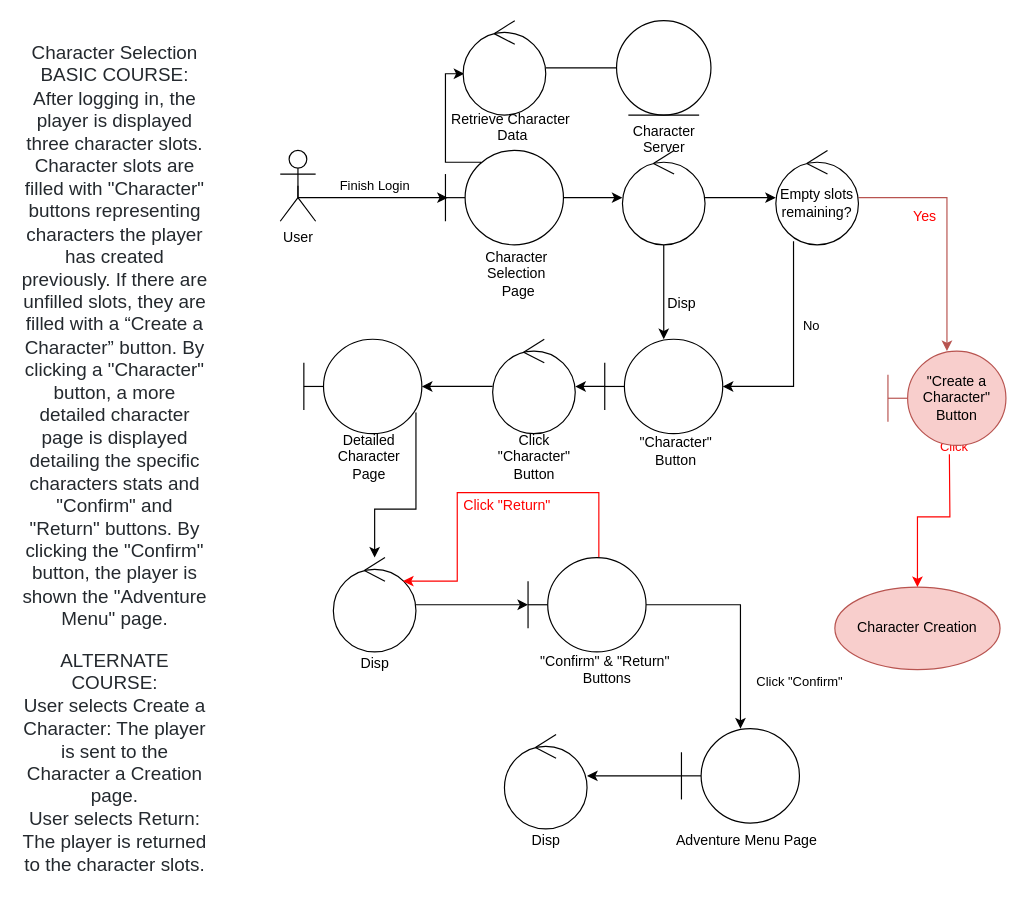
aDurk47/JJAK keeps this draw.io diagram as Deliverable 2/CharacterSelectionRobustness.drawio. Above is the earlier version. Source tidied: cells renumbered, new cells numbered last; positions are measured from the earlier drawing's top-left corner, leaving out a move shared by most shapes. Both pictures are drawn from the tidied source at 118%, with x=0, y=0 at pixel (20, 20).
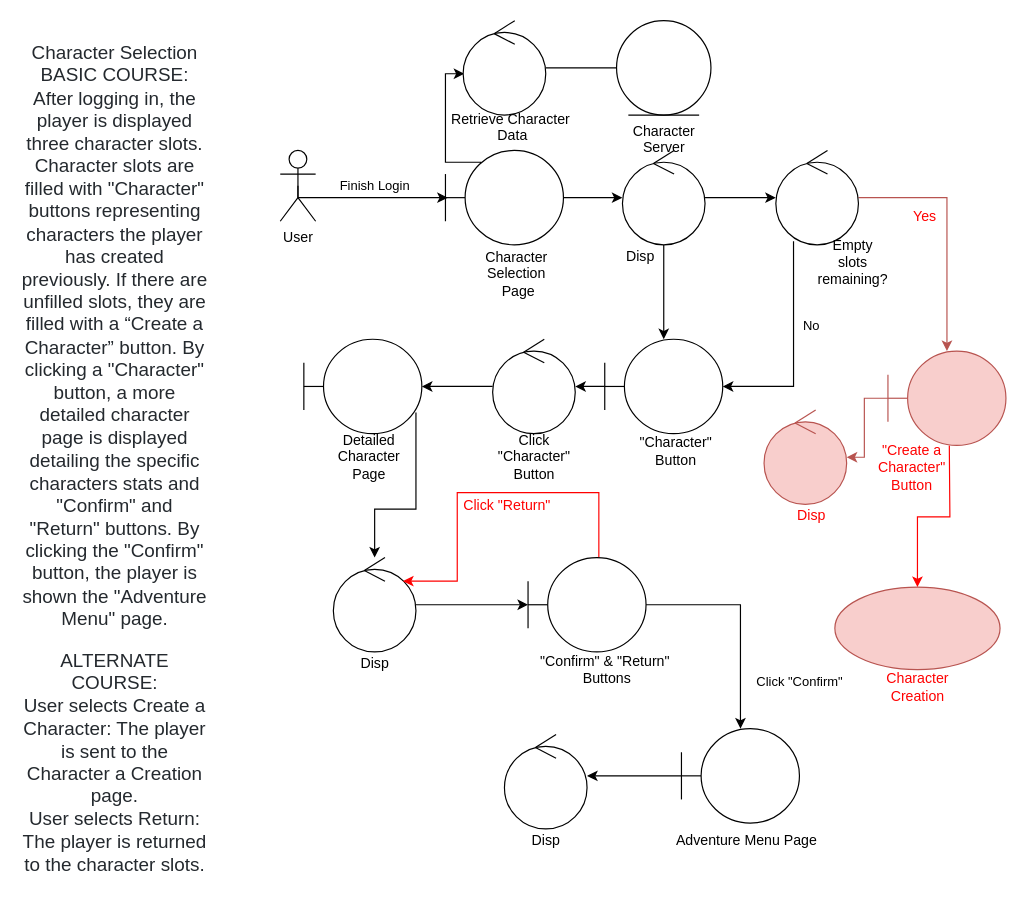
After the change.

What changed in the source:
```diff
@@
-    <mxCell id="13" value="Empty slots&lt;br&gt;remaining?" style="ellipse;shape=umlControl;whiteSpace=wrap;html=1;" parent="1" vertex="1">
+    <mxCell id="13" style="ellipse;shape=umlControl;whiteSpace=wrap;html=1;" parent="1" vertex="1">
       <mxGeometry x="640" y="110" width="70" height="80" as="geometry" />
     </mxCell>
@@
-    <mxCell id="15" value="Character Creation" style="ellipse;whiteSpace=wrap;html=1;fillColor=#f8cecc;strokeColor=#b85450;" parent="1" vertex="1">
+    <mxCell id="15" style="ellipse;whiteSpace=wrap;html=1;fillColor=#f8cecc;strokeColor=#b85450;" parent="1" vertex="1">
       <mxGeometry x="690" y="480" width="140" height="70" as="geometry" />
     </mxCell>
@@
     <mxCell id="19" value="&lt;span style=&quot;white-space: normal&quot;&gt;Disp&lt;/span&gt;" style="text;html=1;align=center;verticalAlign=middle;" parent="1" vertex="1">
-      <mxGeometry x="540" y="230" width="40" height="20" as="geometry" />
+      <mxGeometry x="505" y="190" width="40" height="20" as="geometry" />
     </mxCell>
@@
-    <mxCell id="22" value="Click" style="edgeStyle=orthogonalEdgeStyle;rounded=0;jettySize=auto;html=1;entryX=0.5;entryY=0;entryDx=0;entryDy=0;endArrow=classic;endFill=1;strokeColor=#FF0000;fontColor=#FF0000;" parent="1" edge="1" target="15">
-      <mxGeometry x="0.18" y="-30" relative="1" as="geometry">
+    <mxCell id="22" style="edgeStyle=orthogonalEdgeStyle;rounded=0;jettySize=auto;html=1;entryX=0.5;entryY=0;entryDx=0;entryDy=0;endArrow=classic;endFill=1;strokeColor=#FF0000;fontColor=#FF0000;" parent="1" edge="1" target="15">
+      <mxGeometry x="0.46" y="-30" relative="1" as="geometry">
         <mxPoint x="787" y="360" as="sourcePoint" />
-        <mxPoint x="30" y="-30" as="offset" />
       </mxGeometry>
     </mxCell>
+    <mxCell id="48" style="edgeStyle=orthogonalEdgeStyle;rounded=0;jettySize=auto;html=1;fillColor=#f8cecc;strokeColor=#b85450;" parent="1" edge="1" source="23" target="52">
+      <mxGeometry relative="1" as="geometry" />
+    </mxCell>
-    <mxCell id="23" value="&quot;Create a Character&quot;&lt;br&gt;Button" style="shape=umlBoundary;whiteSpace=wrap;html=1;fillColor=#f8cecc;strokeColor=#b85450;" parent="1" vertex="1">
+    <mxCell id="23" style="shape=umlBoundary;whiteSpace=wrap;html=1;fillColor=#f8cecc;strokeColor=#b85450;" parent="1" vertex="1">
       <mxGeometry x="735" y="280" width="100" height="80" as="geometry" />
     </mxCell>
@@
+    <mxCell id="49" value="&lt;span style=&quot;white-space: normal&quot;&gt;&quot;Create a Character&quot;&lt;/span&gt;&lt;br style=&quot;white-space: normal&quot;&gt;&lt;span style=&quot;white-space: normal&quot;&gt;Button&lt;/span&gt;" style="text;html=1;align=center;verticalAlign=middle;fontColor=#FF0000;" parent="1" vertex="1">
+      <mxGeometry x="690" y="364" width="130" height="30" as="geometry" />
+    </mxCell>
+    <mxCell id="50" value="&lt;span style=&quot;white-space: normal&quot;&gt;Empty slots&lt;/span&gt;&lt;br style=&quot;white-space: normal&quot;&gt;&lt;span style=&quot;white-space: normal&quot;&gt;remaining?&lt;/span&gt;" style="text;html=1;align=center;verticalAlign=middle;" parent="1" vertex="1">
+      <mxGeometry x="665" y="190" width="80" height="30" as="geometry" />
+    </mxCell>
+    <mxCell id="51" value="&lt;span style=&quot;white-space: normal&quot;&gt;Character Creation&lt;/span&gt;" style="text;html=1;align=center;verticalAlign=middle;fontColor=#FF0000;" parent="1" vertex="1">
+      <mxGeometry x="700" y="555" width="120" height="20" as="geometry" />
+    </mxCell>
+    <mxCell id="52" style="ellipse;shape=umlControl;whiteSpace=wrap;html=1;fillColor=#f8cecc;strokeColor=#b85450;" parent="1" vertex="1">
+      <mxGeometry x="630" y="330" width="70" height="80" as="geometry" />
+    </mxCell>
+    <mxCell id="53" value="Disp" style="text;html=1;align=center;verticalAlign=middle;fontColor=#FF0000;" parent="1" vertex="1">
+      <mxGeometry x="650" y="410" width="40" height="20" as="geometry" />
+    </mxCell>
```
